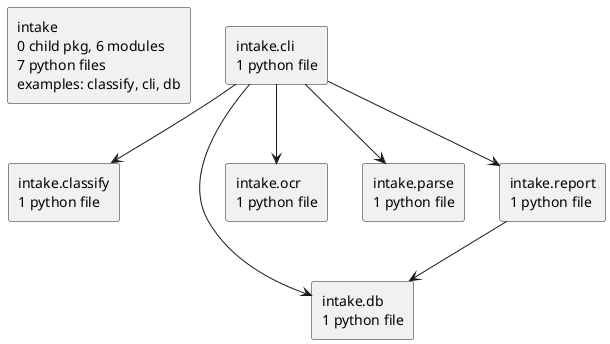
Above: docs/diagrams/python-packages.puml.png in casonk/intake (PlantUML), before the change.
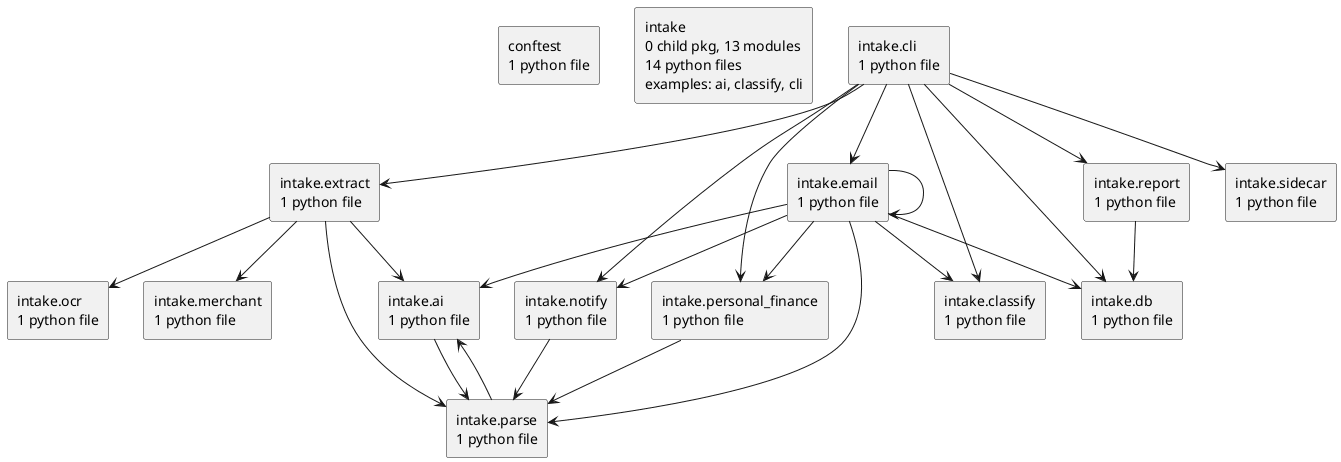
After the commit.

Diff of the diagram source:
```diff
@@ -2,17 +2,43 @@
 set namespaceSeparator none
 top to bottom direction
 skinparam componentStyle rectangle
-rectangle "intake\n0 child pkg, 6 modules\n7 python files\nexamples: classify, cli, db" as intake
+rectangle "conftest\n1 python file" as conftest
+rectangle "intake\n0 child pkg, 13 modules\n14 python files\nexamples: ai, classify, cli" as intake
+rectangle "intake.ai\n1 python file" as intake.ai
 rectangle "intake.classify\n1 python file" as intake.classify
 rectangle "intake.cli\n1 python file" as intake.cli
 rectangle "intake.db\n1 python file" as intake.db
+rectangle "intake.email\n1 python file" as intake.email
+rectangle "intake.extract\n1 python file" as intake.extract
+rectangle "intake.merchant\n1 python file" as intake.merchant
+rectangle "intake.notify\n1 python file" as intake.notify
 rectangle "intake.ocr\n1 python file" as intake.ocr
 rectangle "intake.parse\n1 python file" as intake.parse
+rectangle "intake.personal_finance\n1 python file" as intake.personal_finance
 rectangle "intake.report\n1 python file" as intake.report
+rectangle "intake.sidecar\n1 python file" as intake.sidecar
+intake.ai --> intake.parse
 intake.cli --> intake.classify
 intake.cli --> intake.db
-intake.cli --> intake.ocr
-intake.cli --> intake.parse
+intake.cli --> intake.email
+intake.cli --> intake.extract
+intake.cli --> intake.notify
+intake.cli --> intake.personal_finance
 intake.cli --> intake.report
+intake.cli --> intake.sidecar
+intake.email --> intake.ai
+intake.email --> intake.classify
+intake.email --> intake.db
+intake.email --> intake.email
+intake.email --> intake.notify
+intake.email --> intake.parse
+intake.email --> intake.personal_finance
+intake.extract --> intake.ai
+intake.extract --> intake.merchant
+intake.extract --> intake.ocr
+intake.extract --> intake.parse
+intake.notify --> intake.parse
+intake.parse --> intake.ai
+intake.personal_finance --> intake.parse
 intake.report --> intake.db
 @enduml
```
